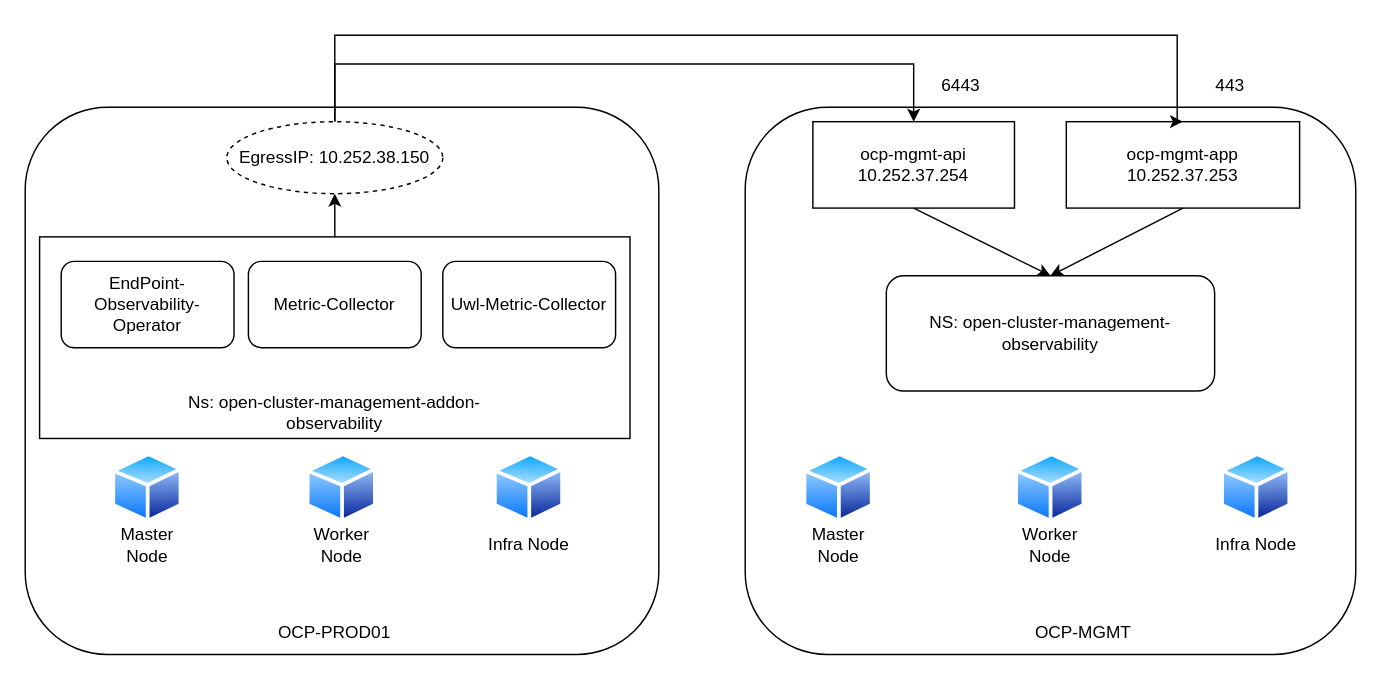
Above: Biểu đồ không có tiêu đề.drawio in XuanNgo0801/openshift-practice (draw.io), before the change. Source tidied: cells renumbered, new cells numbered last; positions are measured from the earlier drawing's top-left corner, leaving out a move shared by most shapes. Both pictures are drawn from the tidied source at 144%, with x=0, y=0 at pixel (24, 35).
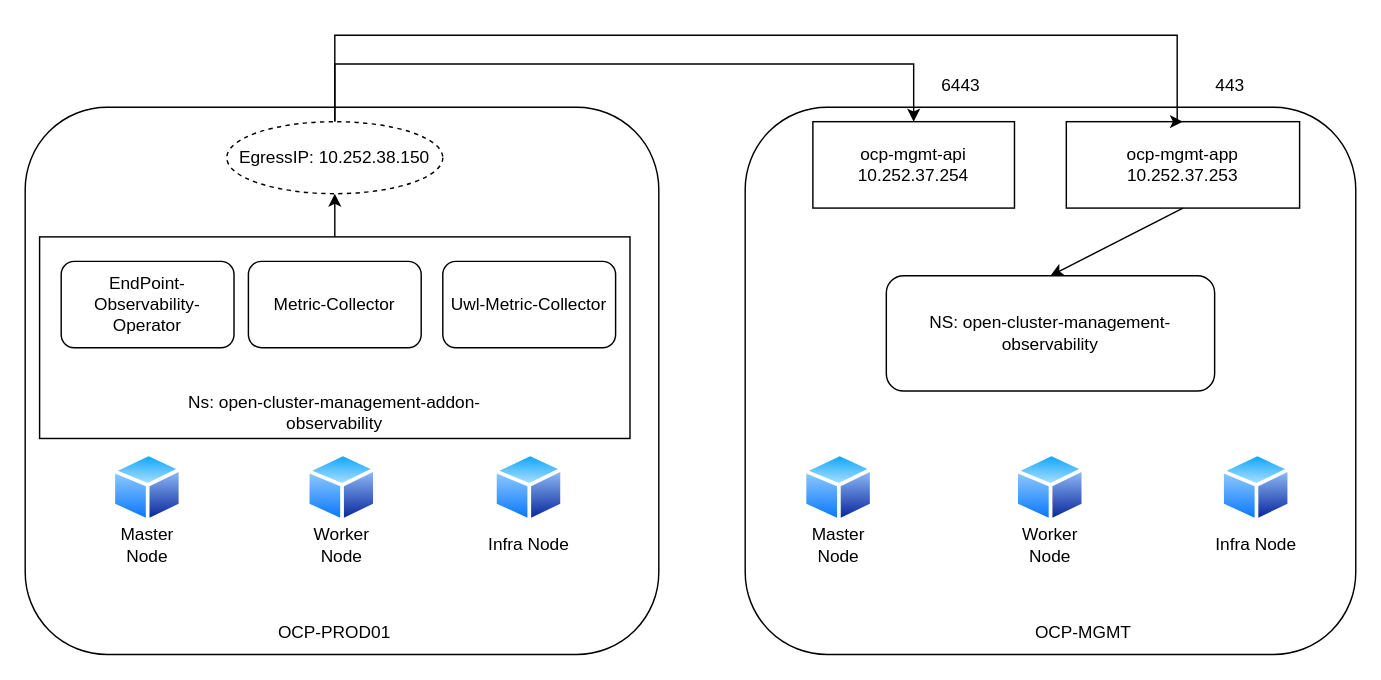
Above is the later version.

Commit message:
Cập nhật Biểu đồ không có tiêu đề.drawio

The change refers to these unchanged cells:
```xml
<mxCell id="18" value="ocp-mgmt-api&lt;br style=&quot;border-color: var(--border-color);&quot;&gt;10.252.37.254" style="rounded=0;whiteSpace=wrap;html=1;" parent="1" vertex="1">
  <mxGeometry x="547" y="60" width="140" height="60" as="geometry" />
</mxCell>
<mxCell id="29" value="NS: open-cluster-management-observability" style="rounded=1;whiteSpace=wrap;html=1;" parent="1" vertex="1">
  <mxGeometry x="598" y="167" width="228" height="80" as="geometry" />
</mxCell>
```

The edit, as a diff of the source:
```diff
@@
-    <mxCell id="32" style="endArrow=classic;html=1;rounded=0;exitX=0.5;exitY=1;exitDx=0;exitDy=0;entryX=0.5;entryY=0;entryDx=0;entryDy=0;" parent="1" edge="1" source="18" target="29">
-      <mxGeometry relative="1" as="geometry" />
-    </mxCell>
```
